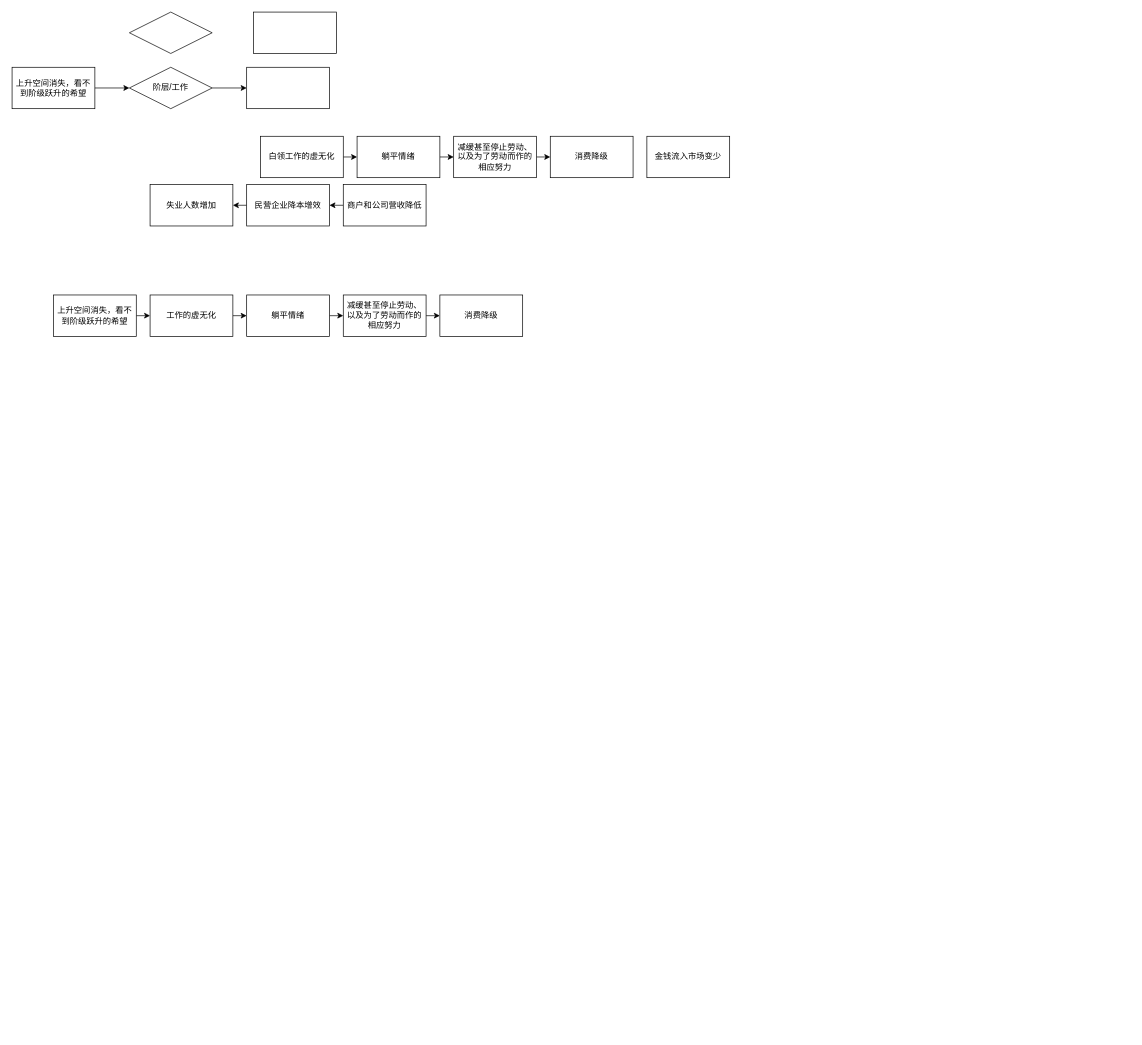
CaptainCCCP/Draw-io-cloud keeps this draw.io diagram as logic chain.drawio. Above is the earlier version. Source tidied: cells renumbered, new cells numbered last; positions are measured from the earlier drawing's top-left corner, leaving out a move shared by most shapes. Both pictures are drawn from the tidied source at 69%, with x=0, y=0 at pixel (12, 12).
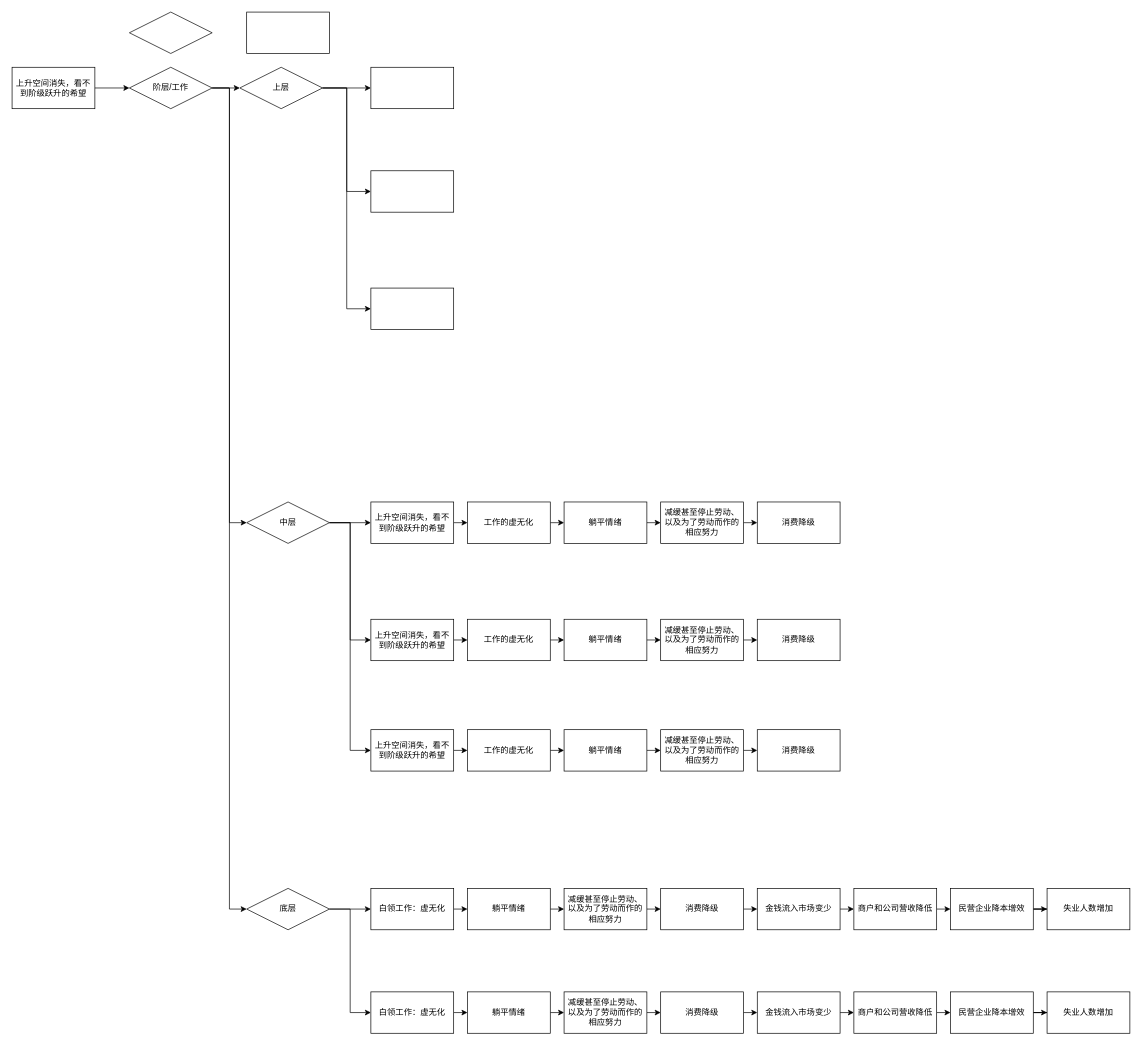
Above is the later version.

The change refers to these unchanged cells:
```xml
<mxCell id="28" value="阶层/工作" style="rhombus;whiteSpace=wrap;html=1;" parent="1" vertex="1">
  <mxGeometry x="170" y="80" width="120" height="60" as="geometry" />
</mxCell>
```

Diff of the diagram source:
```diff
@@
-    <mxCell id="5" value="白领工作的虚无化" style="rounded=0;whiteSpace=wrap;html=1;" parent="1" vertex="1">
-      <mxGeometry x="360" y="180" width="120" height="60" as="geometry" />
+    <mxCell id="5" value="白领工作：虚无化" style="rounded=0;whiteSpace=wrap;html=1;" parent="1" vertex="1">
+      <mxGeometry x="520" y="1270" width="120" height="60" as="geometry" />
     </mxCell>
@@
     <mxCell id="7" value="躺平情绪" style="rounded=0;whiteSpace=wrap;html=1;" parent="1" vertex="1">
-      <mxGeometry x="500" y="180" width="120" height="60" as="geometry" />
+      <mxGeometry x="660" y="1270" width="120" height="60" as="geometry" />
     </mxCell>
@@
     <mxCell id="9" value="减缓甚至停止劳动、以及为了劳动而作的相应努力" style="rounded=0;whiteSpace=wrap;html=1;" parent="1" vertex="1">
-      <mxGeometry x="640" y="180" width="120" height="60" as="geometry" />
+      <mxGeometry x="800" y="1270" width="120" height="60" as="geometry" />
     </mxCell>
+    <mxCell id="31" style="edgeStyle=orthogonalEdgeStyle;rounded=0;jettySize=auto;html=1;exitX=1;exitY=0.5;exitDx=0;exitDy=0;entryX=0;entryY=0.5;entryDx=0;entryDy=0;" parent="1" edge="1" source="10" target="11">
+      <mxGeometry relative="1" as="geometry" />
+    </mxCell>
     <mxCell id="10" value="消费降级" style="rounded=0;whiteSpace=wrap;html=1;" parent="1" vertex="1">
-      <mxGeometry x="780" y="180" width="120" height="60" as="geometry" />
+      <mxGeometry x="940" y="1270" width="120" height="60" as="geometry" />
     </mxCell>
+    <mxCell id="32" style="edgeStyle=orthogonalEdgeStyle;rounded=0;jettySize=auto;html=1;exitX=1;exitY=0.5;exitDx=0;exitDy=0;entryX=0;entryY=0.5;entryDx=0;entryDy=0;" parent="1" edge="1" source="11" target="13">
+      <mxGeometry relative="1" as="geometry" />
+    </mxCell>
     <mxCell id="11" value="金钱流入市场变少" style="rounded=0;whiteSpace=wrap;html=1;" parent="1" vertex="1">
-      <mxGeometry x="920" y="180" width="120" height="60" as="geometry" />
+      <mxGeometry x="1080" y="1270" width="120" height="60" as="geometry" />
     </mxCell>
-    <mxCell id="12" style="edgeStyle=orthogonalEdgeStyle;rounded=0;jettySize=auto;html=1;exitX=0;exitY=0.5;exitDx=0;exitDy=0;entryX=1;entryY=0.5;entryDx=0;entryDy=0;" parent="1" edge="1" source="13" target="24">
+    <mxCell id="12" style="edgeStyle=orthogonalEdgeStyle;rounded=0;jettySize=auto;html=1;exitX=1;exitY=0.5;exitDx=0;exitDy=0;entryX=0;entryY=0.5;entryDx=0;entryDy=0;" parent="1" edge="1" source="13" target="24">
       <mxGeometry relative="1" as="geometry" />
     </mxCell>
     <mxCell id="13" value="商户和公司营收降低" style="rounded=0;whiteSpace=wrap;html=1;" parent="1" vertex="1">
-      <mxGeometry x="480" y="250" width="120" height="60" as="geometry" />
+      <mxGeometry x="1220" y="1270" width="120" height="60" as="geometry" />
     </mxCell>
@@
     <mxCell id="15" value="上升空间消失，看不到阶级跃升的希望" style="rounded=0;whiteSpace=wrap;html=1;" parent="1" vertex="1">
-      <mxGeometry x="60" y="410" width="120" height="60" as="geometry" />
+      <mxGeometry x="520" y="710" width="120" height="60" as="geometry" />
     </mxCell>
@@
     <mxCell id="17" value="工作的虚无化" style="rounded=0;whiteSpace=wrap;html=1;" parent="1" vertex="1">
-      <mxGeometry x="200" y="410" width="120" height="60" as="geometry" />
+      <mxGeometry x="660" y="710" width="120" height="60" as="geometry" />
     </mxCell>
@@
     <mxCell id="19" value="躺平情绪" style="rounded=0;whiteSpace=wrap;html=1;" parent="1" vertex="1">
-      <mxGeometry x="340" y="410" width="120" height="60" as="geometry" />
+      <mxGeometry x="800" y="710" width="120" height="60" as="geometry" />
     </mxCell>
@@
     <mxCell id="21" value="减缓甚至停止劳动、以及为了劳动而作的相应努力" style="rounded=0;whiteSpace=wrap;html=1;" parent="1" vertex="1">
-      <mxGeometry x="480" y="410" width="120" height="60" as="geometry" />
+      <mxGeometry x="940" y="710" width="120" height="60" as="geometry" />
     </mxCell>
     <mxCell id="22" value="消费降级" style="rounded=0;whiteSpace=wrap;html=1;" parent="1" vertex="1">
-      <mxGeometry x="620" y="410" width="120" height="60" as="geometry" />
+      <mxGeometry x="1080" y="710" width="120" height="60" as="geometry" />
     </mxCell>
-    <mxCell id="23" style="edgeStyle=orthogonalEdgeStyle;rounded=0;jettySize=auto;html=1;exitX=0;exitY=0.5;exitDx=0;exitDy=0;entryX=1;entryY=0.5;entryDx=0;entryDy=0;" parent="1" edge="1" source="24" target="25">
+    <mxCell id="23" style="edgeStyle=orthogonalEdgeStyle;rounded=0;jettySize=auto;html=1;exitX=1;exitY=0.5;exitDx=0;exitDy=0;" parent="1" edge="1" source="24" target="25">
       <mxGeometry relative="1" as="geometry" />
     </mxCell>
     <mxCell id="24" value="民营企业降本增效" style="rounded=0;whiteSpace=wrap;html=1;" parent="1" vertex="1">
-      <mxGeometry x="340" y="250" width="120" height="60" as="geometry" />
+      <mxGeometry x="1360" y="1270" width="120" height="60" as="geometry" />
     </mxCell>
     <mxCell id="25" value="失业人数增加" style="rounded=0;whiteSpace=wrap;html=1;" parent="1" vertex="1">
-      <mxGeometry x="200" y="250" width="120" height="60" as="geometry" />
+      <mxGeometry x="1500" y="1270" width="120" height="60" as="geometry" />
     </mxCell>
-    <mxCell id="26" style="rounded=0;whiteSpace=wrap;html=1;" parent="1" vertex="1">
-      <mxGeometry x="340" y="80" width="120" height="60" as="geometry" />
-    </mxCell>
-    <mxCell id="27" style="edgeStyle=orthogonalEdgeStyle;rounded=0;jettySize=auto;html=1;exitX=1;exitY=0.5;exitDx=0;exitDy=0;entryX=0;entryY=0.5;entryDx=0;entryDy=0;" parent="1" edge="1" source="28" target="26">
-      <mxGeometry relative="1" as="geometry" />
-    </mxCell>
+    <mxCell id="33" style="edgeStyle=orthogonalEdgeStyle;rounded=0;jettySize=auto;html=1;exitX=1;exitY=0.5;exitDx=0;exitDy=0;entryX=0;entryY=0.5;entryDx=0;entryDy=0;" parent="1" edge="1" source="28" target="39">
+      <mxGeometry relative="1" as="geometry" />
+    </mxCell>
+    <mxCell id="34" style="edgeStyle=orthogonalEdgeStyle;rounded=0;jettySize=auto;html=1;exitX=1;exitY=0.5;exitDx=0;exitDy=0;entryX=0;entryY=0.5;entryDx=0;entryDy=0;" parent="1" edge="1" source="28" target="43">
+      <mxGeometry relative="1" as="geometry" />
+    </mxCell>
+    <mxCell id="35" style="edgeStyle=orthogonalEdgeStyle;rounded=0;jettySize=auto;html=1;exitX=1;exitY=0.5;exitDx=0;exitDy=0;entryX=0;entryY=0.5;entryDx=0;entryDy=0;" parent="1" edge="1" source="28" target="46">
+      <mxGeometry relative="1" as="geometry" />
+    </mxCell>
@@
     <mxCell id="30" style="rounded=0;whiteSpace=wrap;html=1;" parent="1" vertex="1">
-      <mxGeometry x="350" width="120" height="60" as="geometry" />
+      <mxGeometry x="340" width="120" height="60" as="geometry" />
     </mxCell>
+    <mxCell id="36" style="edgeStyle=orthogonalEdgeStyle;rounded=0;jettySize=auto;html=1;exitX=1;exitY=0.5;exitDx=0;exitDy=0;entryX=0;entryY=0.5;entryDx=0;entryDy=0;" parent="1" edge="1" source="39" target="15">
+      <mxGeometry relative="1" as="geometry" />
+    </mxCell>
+    <mxCell id="37" style="edgeStyle=orthogonalEdgeStyle;rounded=0;jettySize=auto;html=1;exitX=1;exitY=0.5;exitDx=0;exitDy=0;entryX=0;entryY=0.5;entryDx=0;entryDy=0;" parent="1" edge="1" source="39" target="66">
+      <mxGeometry relative="1" as="geometry" />
+    </mxCell>
+    <mxCell id="38" style="edgeStyle=orthogonalEdgeStyle;rounded=0;jettySize=auto;html=1;exitX=1;exitY=0.5;exitDx=0;exitDy=0;entryX=0;entryY=0.5;entryDx=0;entryDy=0;" parent="1" edge="1" source="39" target="75">
+      <mxGeometry relative="1" as="geometry" />
+    </mxCell>
+    <mxCell id="39" value="中层" style="rhombus;whiteSpace=wrap;html=1;" parent="1" vertex="1">
+      <mxGeometry x="340" y="710" width="120" height="60" as="geometry" />
+    </mxCell>
+    <mxCell id="40" style="edgeStyle=orthogonalEdgeStyle;rounded=0;jettySize=auto;html=1;exitX=1;exitY=0.5;exitDx=0;exitDy=0;entryX=0;entryY=0.5;entryDx=0;entryDy=0;" parent="1" edge="1" source="43" target="49">
+      <mxGeometry relative="1" as="geometry" />
+    </mxCell>
+    <mxCell id="41" style="edgeStyle=orthogonalEdgeStyle;rounded=0;jettySize=auto;html=1;exitX=1;exitY=0.5;exitDx=0;exitDy=0;entryX=0;entryY=0.5;entryDx=0;entryDy=0;" parent="1" edge="1" source="43" target="48">
+      <mxGeometry relative="1" as="geometry" />
+    </mxCell>
+    <mxCell id="42" style="edgeStyle=orthogonalEdgeStyle;rounded=0;jettySize=auto;html=1;exitX=1;exitY=0.5;exitDx=0;exitDy=0;entryX=0;entryY=0.5;entryDx=0;entryDy=0;" parent="1" edge="1" source="43" target="47">
+      <mxGeometry relative="1" as="geometry" />
+    </mxCell>
+    <mxCell id="43" value="上层" style="rhombus;whiteSpace=wrap;html=1;" parent="1" vertex="1">
+      <mxGeometry x="330" y="80" width="120" height="60" as="geometry" />
+    </mxCell>
+    <mxCell id="44" style="edgeStyle=orthogonalEdgeStyle;rounded=0;jettySize=auto;html=1;exitX=1;exitY=0.5;exitDx=0;exitDy=0;entryX=0;entryY=0.5;entryDx=0;entryDy=0;" parent="1" edge="1" source="46" target="5">
+      <mxGeometry relative="1" as="geometry" />
+    </mxCell>
+    <mxCell id="45" style="edgeStyle=orthogonalEdgeStyle;rounded=0;jettySize=auto;html=1;exitX=1;exitY=0.5;exitDx=0;exitDy=0;entryX=0;entryY=0.5;entryDx=0;entryDy=0;" parent="1" edge="1" source="46" target="51">
+      <mxGeometry relative="1" as="geometry" />
+    </mxCell>
+    <mxCell id="46" value="底层" style="rhombus;whiteSpace=wrap;html=1;" parent="1" vertex="1">
+      <mxGeometry x="340" y="1270" width="120" height="60" as="geometry" />
+    </mxCell>
+    <mxCell id="47" style="rounded=0;whiteSpace=wrap;html=1;" parent="1" vertex="1">
+      <mxGeometry x="520" y="400" width="120" height="60" as="geometry" />
+    </mxCell>
+    <mxCell id="48" style="rounded=0;whiteSpace=wrap;html=1;" parent="1" vertex="1">
+      <mxGeometry x="520" y="230" width="120" height="60" as="geometry" />
+    </mxCell>
+    <mxCell id="49" style="rounded=0;whiteSpace=wrap;html=1;" parent="1" vertex="1">
+      <mxGeometry x="520" y="80" width="120" height="60" as="geometry" />
+    </mxCell>
+    <mxCell id="50" style="edgeStyle=orthogonalEdgeStyle;rounded=0;jettySize=auto;html=1;exitX=1;exitY=0.5;exitDx=0;exitDy=0;entryX=0;entryY=0.5;entryDx=0;entryDy=0;" parent="1" edge="1" source="51" target="53">
+      <mxGeometry relative="1" as="geometry" />
+    </mxCell>
+    <mxCell id="51" value="白领工作：虚无化" style="rounded=0;whiteSpace=wrap;html=1;" parent="1" vertex="1">
+      <mxGeometry x="520" y="1420" width="120" height="60" as="geometry" />
+    </mxCell>
+    <mxCell id="52" style="edgeStyle=orthogonalEdgeStyle;rounded=0;jettySize=auto;html=1;exitX=1;exitY=0.5;exitDx=0;exitDy=0;entryX=0;entryY=0.5;entryDx=0;entryDy=0;" parent="1" edge="1" source="53" target="55">
+      <mxGeometry relative="1" as="geometry" />
+    </mxCell>
+    <mxCell id="53" value="躺平情绪" style="rounded=0;whiteSpace=wrap;html=1;" parent="1" vertex="1">
+      <mxGeometry x="660" y="1420" width="120" height="60" as="geometry" />
+    </mxCell>
+    <mxCell id="54" style="edgeStyle=orthogonalEdgeStyle;rounded=0;jettySize=auto;html=1;exitX=1;exitY=0.5;exitDx=0;exitDy=0;entryX=0;entryY=0.5;entryDx=0;entryDy=0;" parent="1" edge="1" source="55" target="57">
+      <mxGeometry relative="1" as="geometry" />
+    </mxCell>
+    <mxCell id="55" value="减缓甚至停止劳动、以及为了劳动而作的相应努力" style="rounded=0;whiteSpace=wrap;html=1;" parent="1" vertex="1">
+      <mxGeometry x="800" y="1420" width="120" height="60" as="geometry" />
+    </mxCell>
+    <mxCell id="56" style="edgeStyle=orthogonalEdgeStyle;rounded=0;jettySize=auto;html=1;exitX=1;exitY=0.5;exitDx=0;exitDy=0;entryX=0;entryY=0.5;entryDx=0;entryDy=0;" parent="1" edge="1" source="57" target="59">
+      <mxGeometry relative="1" as="geometry" />
+    </mxCell>
+    <mxCell id="57" value="消费降级" style="rounded=0;whiteSpace=wrap;html=1;" parent="1" vertex="1">
+      <mxGeometry x="940" y="1420" width="120" height="60" as="geometry" />
+    </mxCell>
+    <mxCell id="58" style="edgeStyle=orthogonalEdgeStyle;rounded=0;jettySize=auto;html=1;exitX=1;exitY=0.5;exitDx=0;exitDy=0;entryX=0;entryY=0.5;entryDx=0;entryDy=0;" parent="1" edge="1" source="59" target="61">
+      <mxGeometry relative="1" as="geometry" />
+    </mxCell>
+    <mxCell id="59" value="金钱流入市场变少" style="rounded=0;whiteSpace=wrap;html=1;" parent="1" vertex="1">
+      <mxGeometry x="1080" y="1420" width="120" height="60" as="geometry" />
+    </mxCell>
+    <mxCell id="60" style="edgeStyle=orthogonalEdgeStyle;rounded=0;jettySize=auto;html=1;exitX=1;exitY=0.5;exitDx=0;exitDy=0;entryX=0;entryY=0.5;entryDx=0;entryDy=0;" parent="1" edge="1" source="61" target="63">
+      <mxGeometry relative="1" as="geometry" />
+    </mxCell>
+    <mxCell id="61" value="商户和公司营收降低" style="rounded=0;whiteSpace=wrap;html=1;" parent="1" vertex="1">
+      <mxGeometry x="1220" y="1420" width="120" height="60" as="geometry" />
+    </mxCell>
+    <mxCell id="62" style="edgeStyle=orthogonalEdgeStyle;rounded=0;jettySize=auto;html=1;exitX=1;exitY=0.5;exitDx=0;exitDy=0;" parent="1" edge="1" source="63" target="64">
+      <mxGeometry relative="1" as="geometry" />
+    </mxCell>
+    <mxCell id="63" value="民营企业降本增效" style="rounded=0;whiteSpace=wrap;html=1;" parent="1" vertex="1">
+      <mxGeometry x="1360" y="1420" width="120" height="60" as="geometry" />
+    </mxCell>
+    <mxCell id="64" value="失业人数增加" style="rounded=0;whiteSpace=wrap;html=1;" parent="1" vertex="1">
+      <mxGeometry x="1500" y="1420" width="120" height="60" as="geometry" />
+    </mxCell>
+    <mxCell id="65" style="edgeStyle=orthogonalEdgeStyle;rounded=0;jettySize=auto;html=1;exitX=1;exitY=0.5;exitDx=0;exitDy=0;entryX=0;entryY=0.5;entryDx=0;entryDy=0;" parent="1" edge="1" source="66" target="68">
+      <mxGeometry relative="1" as="geometry" />
+    </mxCell>
+    <mxCell id="66" value="上升空间消失，看不到阶级跃升的希望" style="rounded=0;whiteSpace=wrap;html=1;" parent="1" vertex="1">
+      <mxGeometry x="520" y="880" width="120" height="60" as="geometry" />
+    </mxCell>
+    <mxCell id="67" style="edgeStyle=orthogonalEdgeStyle;rounded=0;jettySize=auto;html=1;exitX=1;exitY=0.5;exitDx=0;exitDy=0;entryX=0;entryY=0.5;entryDx=0;entryDy=0;" parent="1" edge="1" source="68" target="70">
+      <mxGeometry relative="1" as="geometry" />
+    </mxCell>
+    <mxCell id="68" value="工作的虚无化" style="rounded=0;whiteSpace=wrap;html=1;" parent="1" vertex="1">
+      <mxGeometry x="660" y="880" width="120" height="60" as="geometry" />
+    </mxCell>
+    <mxCell id="69" style="edgeStyle=orthogonalEdgeStyle;rounded=0;jettySize=auto;html=1;exitX=1;exitY=0.5;exitDx=0;exitDy=0;entryX=0;entryY=0.5;entryDx=0;entryDy=0;" parent="1" edge="1" source="70" target="72">
+      <mxGeometry relative="1" as="geometry" />
+    </mxCell>
+    <mxCell id="70" value="躺平情绪" style="rounded=0;whiteSpace=wrap;html=1;" parent="1" vertex="1">
+      <mxGeometry x="800" y="880" width="120" height="60" as="geometry" />
+    </mxCell>
+    <mxCell id="71" style="edgeStyle=orthogonalEdgeStyle;rounded=0;jettySize=auto;html=1;exitX=1;exitY=0.5;exitDx=0;exitDy=0;entryX=0;entryY=0.5;entryDx=0;entryDy=0;" parent="1" edge="1" source="72" target="73">
+      <mxGeometry relative="1" as="geometry" />
+    </mxCell>
+    <mxCell id="72" value="减缓甚至停止劳动、以及为了劳动而作的相应努力" style="rounded=0;whiteSpace=wrap;html=1;" parent="1" vertex="1">
+      <mxGeometry x="940" y="880" width="120" height="60" as="geometry" />
+    </mxCell>
+    <mxCell id="73" value="消费降级" style="rounded=0;whiteSpace=wrap;html=1;" parent="1" vertex="1">
+      <mxGeometry x="1080" y="880" width="120" height="60" as="geometry" />
+    </mxCell>
+    <mxCell id="74" style="edgeStyle=orthogonalEdgeStyle;rounded=0;jettySize=auto;html=1;exitX=1;exitY=0.5;exitDx=0;exitDy=0;entryX=0;entryY=0.5;entryDx=0;entryDy=0;" parent="1" edge="1" source="75" target="77">
+      <mxGeometry relative="1" as="geometry" />
+    </mxCell>
+    <mxCell id="75" value="上升空间消失，看不到阶级跃升的希望" style="rounded=0;whiteSpace=wrap;html=1;" parent="1" vertex="1">
+      <mxGeometry x="520" y="1040" width="120" height="60" as="geometry" />
+    </mxCell>
+    <mxCell id="76" style="edgeStyle=orthogonalEdgeStyle;rounded=0;jettySize=auto;html=1;exitX=1;exitY=0.5;exitDx=0;exitDy=0;entryX=0;entryY=0.5;entryDx=0;entryDy=0;" parent="1" edge="1" source="77" target="79">
+      <mxGeometry relative="1" as="geometry" />
+    </mxCell>
+    <mxCell id="77" value="工作的虚无化" style="rounded=0;whiteSpace=wrap;html=1;" parent="1" vertex="1">
+      <mxGeometry x="660" y="1040" width="120" height="60" as="geometry" />
+    </mxCell>
+    <mxCell id="78" style="edgeStyle=orthogonalEdgeStyle;rounded=0;jettySize=auto;html=1;exitX=1;exitY=0.5;exitDx=0;exitDy=0;entryX=0;entryY=0.5;entryDx=0;entryDy=0;" parent="1" edge="1" source="79" target="81">
+      <mxGeometry relative="1" as="geometry" />
+    </mxCell>
+    <mxCell id="79" value="躺平情绪" style="rounded=0;whiteSpace=wrap;html=1;" parent="1" vertex="1">
+      <mxGeometry x="800" y="1040" width="120" height="60" as="geometry" />
+    </mxCell>
+    <mxCell id="80" style="edgeStyle=orthogonalEdgeStyle;rounded=0;jettySize=auto;html=1;exitX=1;exitY=0.5;exitDx=0;exitDy=0;entryX=0;entryY=0.5;entryDx=0;entryDy=0;" parent="1" edge="1" source="81" target="82">
+      <mxGeometry relative="1" as="geometry" />
+    </mxCell>
+    <mxCell id="81" value="减缓甚至停止劳动、以及为了劳动而作的相应努力" style="rounded=0;whiteSpace=wrap;html=1;" parent="1" vertex="1">
+      <mxGeometry x="940" y="1040" width="120" height="60" as="geometry" />
+    </mxCell>
+    <mxCell id="82" value="消费降级" style="rounded=0;whiteSpace=wrap;html=1;" parent="1" vertex="1">
+      <mxGeometry x="1080" y="1040" width="120" height="60" as="geometry" />
+    </mxCell>
```
